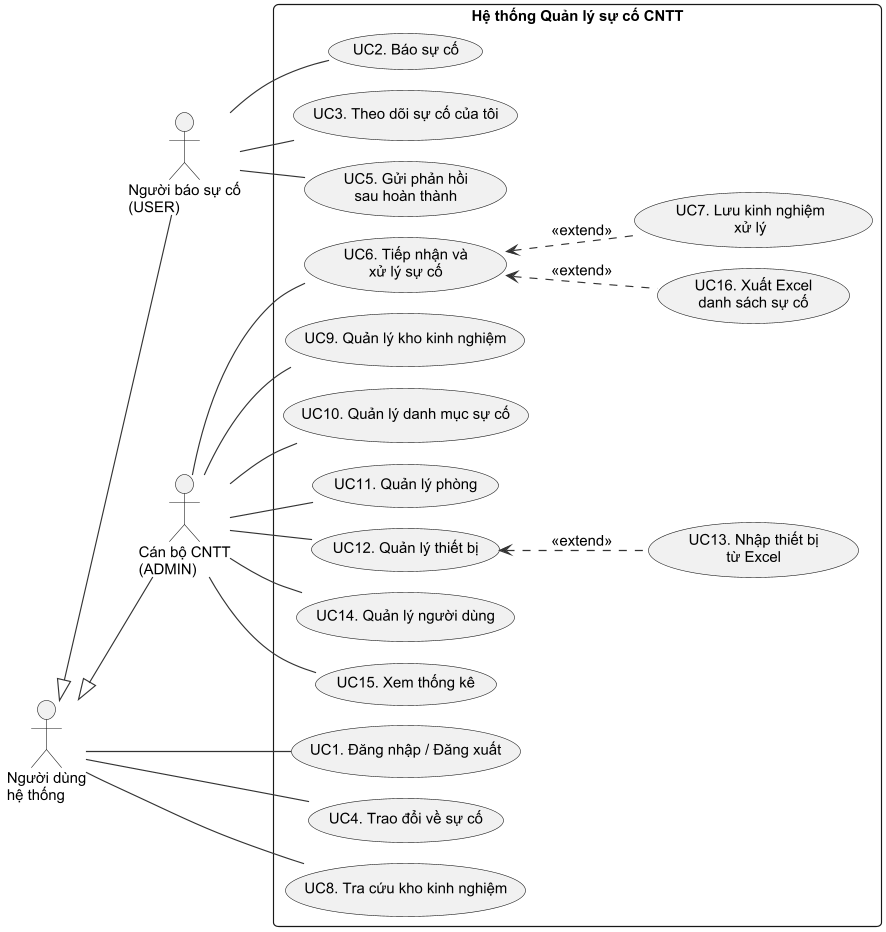
Above: docs/uml/h1_5_usecase.png in greyd254/IMS_TEST (PlantUML), before the change. The source it was exported from:
```plantuml
@startuml h1_5_usecase
!include _style.iuml
!pragma layout smetana
left to right direction
skinparam packageStyle rectangle

actor "Người dùng\nhệ thống" as ND
actor "Người báo sự cố\n(USER)" as NB
actor "Cán bộ CNTT\n(ADMIN)" as AD

ND <|-- NB
ND <|-- AD

rectangle "Hệ thống Quản lý sự cố CNTT" {
  usecase "UC1. Đăng nhập / Đăng xuất" as UC1
  usecase "UC4. Trao đổi về sự cố" as UC4
  usecase "UC8. Tra cứu kho kinh nghiệm" as UC8

  usecase "UC2. Báo sự cố" as UC2
  usecase "UC3. Theo dõi sự cố của tôi" as UC3
  usecase "UC5. Gửi phản hồi\nsau hoàn thành" as UC5

  usecase "UC6. Tiếp nhận và\nxử lý sự cố" as UC6
  usecase "UC7. Lưu kinh nghiệm\nxử lý" as UC7
  usecase "UC16. Xuất Excel\ndanh sách sự cố" as UC16
  usecase "UC9. Quản lý kho kinh nghiệm" as UC9
  usecase "UC10. Quản lý danh mục sự cố" as UC10
  usecase "UC11. Quản lý phòng" as UC11
  usecase "UC12. Quản lý thiết bị" as UC12
  usecase "UC13. Nhập thiết bị\ntừ Excel" as UC13
  usecase "UC14. Quản lý người dùng" as UC14
  usecase "UC15. Xem thống kê" as UC15
}

ND -- UC1
ND -- UC4
ND -- UC8

NB -- UC2
NB -- UC3
NB -- UC5

AD -- UC6
AD -- UC9
AD -- UC10
AD -- UC11
AD -- UC12
AD -- UC14
AD -- UC15

UC6 <.. UC7 : <<extend>>
UC6 <.. UC16 : <<extend>>
UC12 <.. UC13 : <<extend>>
@enduml
```
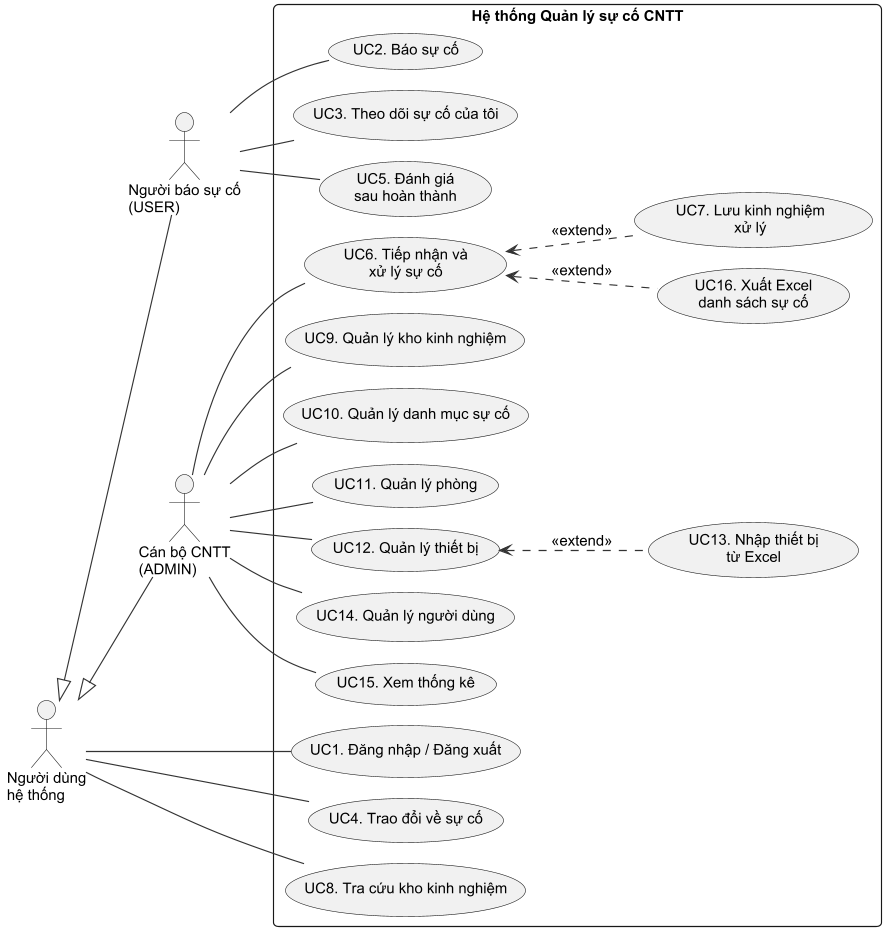
Later version of the same file.

Change to the diagram source:
```diff
@@ -18,7 +18,7 @@
 
   usecase "UC2. Báo sự cố" as UC2
   usecase "UC3. Theo dõi sự cố của tôi" as UC3
-  usecase "UC5. Gửi phản hồi\nsau hoàn thành" as UC5
+  usecase "UC5. Đánh giá\nsau hoàn thành" as UC5
 
   usecase "UC6. Tiếp nhận và\nxử lý sự cố" as UC6
   usecase "UC7. Lưu kinh nghiệm\nxử lý" as UC7
```
